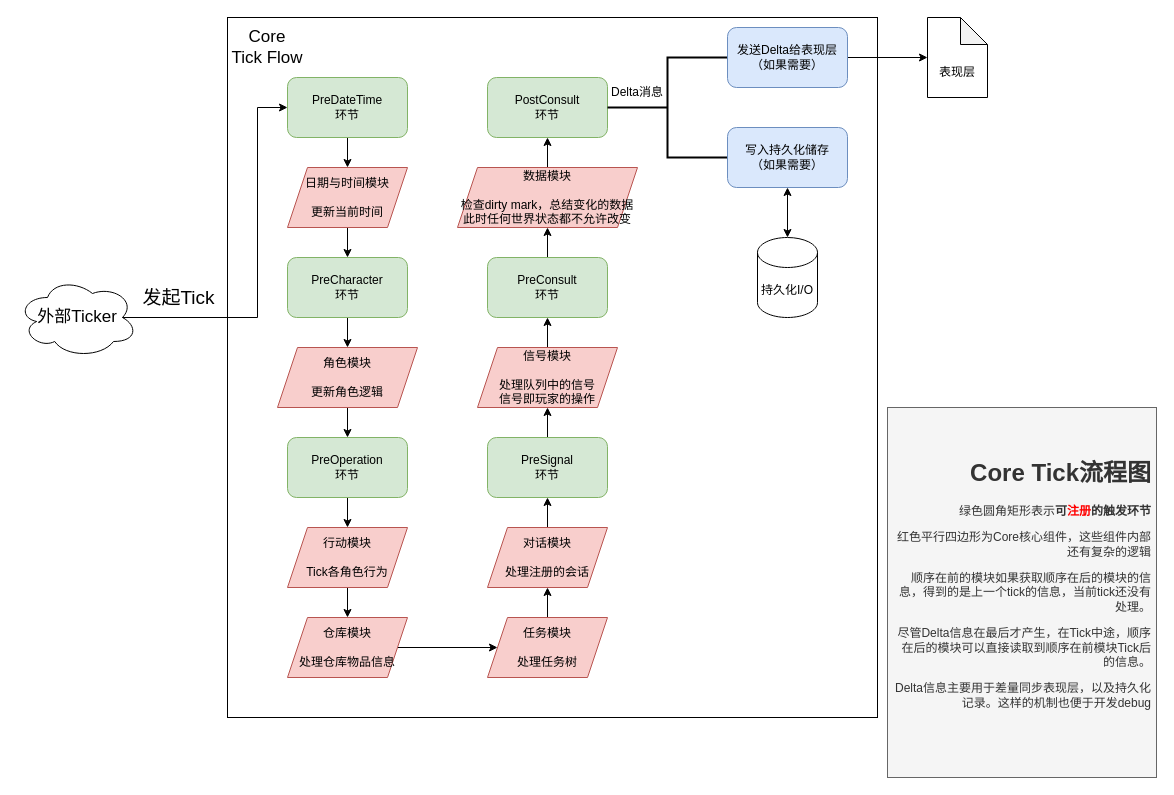
This is graph/Utopia_core_arch.drawio from Billy-Hostage/utopia_core, a draw.io file, before an edit. Source tidied: cells renumbered, new cells numbered last; positions are measured from the earlier drawing's top-left corner, leaving out a move shared by most shapes. Both pictures are drawn from the tidied source at 100%, with x=0, y=0 at pixel (17, 17).
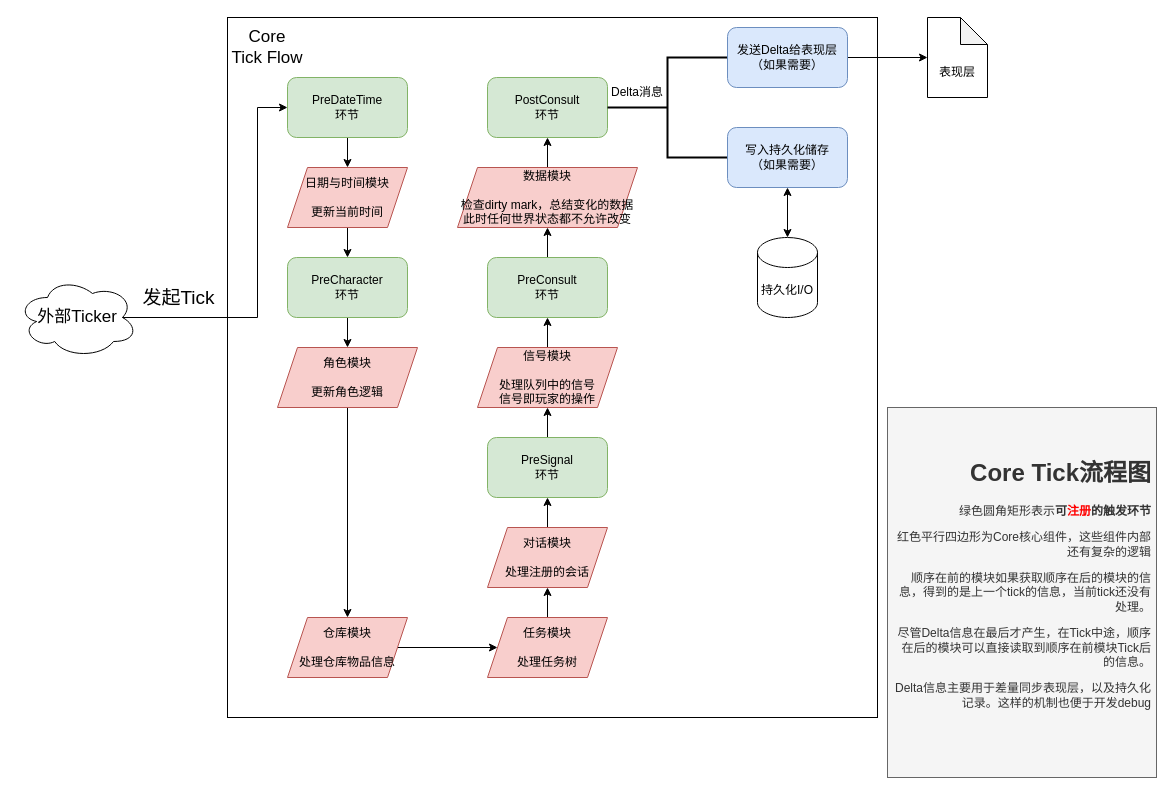
The same page after the edit.

The change refers to these unchanged cells:
```xml
<mxCell id="15" value="角色模块&lt;br style=&quot;font-size: 12px;&quot;&gt;&lt;br style=&quot;font-size: 12px;&quot;&gt;更新角色逻辑" style="shape=parallelogram;perimeter=parallelogramPerimeter;whiteSpace=wrap;html=1;fixedSize=1;fillColor=#f8cecc;strokeColor=#b85450;fontSize=12;" parent="1" vertex="1">
  <mxGeometry x="260" y="330" width="140" height="60" as="geometry" />
</mxCell>
<mxCell id="21" value="仓库模块&lt;br style=&quot;font-size: 12px;&quot;&gt;&lt;br style=&quot;font-size: 12px;&quot;&gt;处理仓库物品信息" style="shape=parallelogram;perimeter=parallelogramPerimeter;whiteSpace=wrap;html=1;fixedSize=1;fillColor=#f8cecc;strokeColor=#b85450;fontSize=12;" parent="1" vertex="1">
  <mxGeometry x="270" y="600" width="120" height="60" as="geometry" />
</mxCell>
```

Change to the diagram source:
```diff
@@
-    <mxCell id="14" style="edgeStyle=orthogonalEdgeStyle;rounded=0;jettySize=auto;html=1;entryX=0.5;entryY=0;entryDx=0;entryDy=0;" parent="1" edge="1" source="15" target="17">
+    <mxCell id="14" style="edgeStyle=orthogonalEdgeStyle;rounded=0;jettySize=auto;html=1;entryX=0.5;entryY=0;entryDx=0;entryDy=0;" parent="1" edge="1" source="15" target="21">
       <mxGeometry relative="1" as="geometry" />
     </mxCell>
@@
-    <mxCell id="16" style="edgeStyle=orthogonalEdgeStyle;rounded=0;jettySize=auto;html=1;entryX=0.5;entryY=0;entryDx=0;entryDy=0;" parent="1" edge="1" source="17" target="19">
-      <mxGeometry relative="1" as="geometry" />
-    </mxCell>
-    <mxCell id="17" value="PreOperation&lt;br&gt;环节" style="rounded=1;whiteSpace=wrap;html=1;fillColor=#d5e8d4;strokeColor=#82b366;" parent="1" vertex="1">
-      <mxGeometry x="270" y="420" width="120" height="60" as="geometry" />
-    </mxCell>
-    <mxCell id="18" style="edgeStyle=orthogonalEdgeStyle;rounded=0;jettySize=auto;html=1;entryX=0.5;entryY=0;entryDx=0;entryDy=0;" parent="1" edge="1" source="19" target="21">
-      <mxGeometry relative="1" as="geometry" />
-    </mxCell>
-    <mxCell id="19" value="行动模块&lt;br style=&quot;font-size: 12px;&quot;&gt;&lt;br style=&quot;font-size: 12px;&quot;&gt;Tick各角色行为" style="shape=parallelogram;perimeter=parallelogramPerimeter;whiteSpace=wrap;html=1;fixedSize=1;fillColor=#f8cecc;strokeColor=#b85450;fontSize=12;" parent="1" vertex="1">
-      <mxGeometry x="270" y="510" width="120" height="60" as="geometry" />
-    </mxCell>
```
